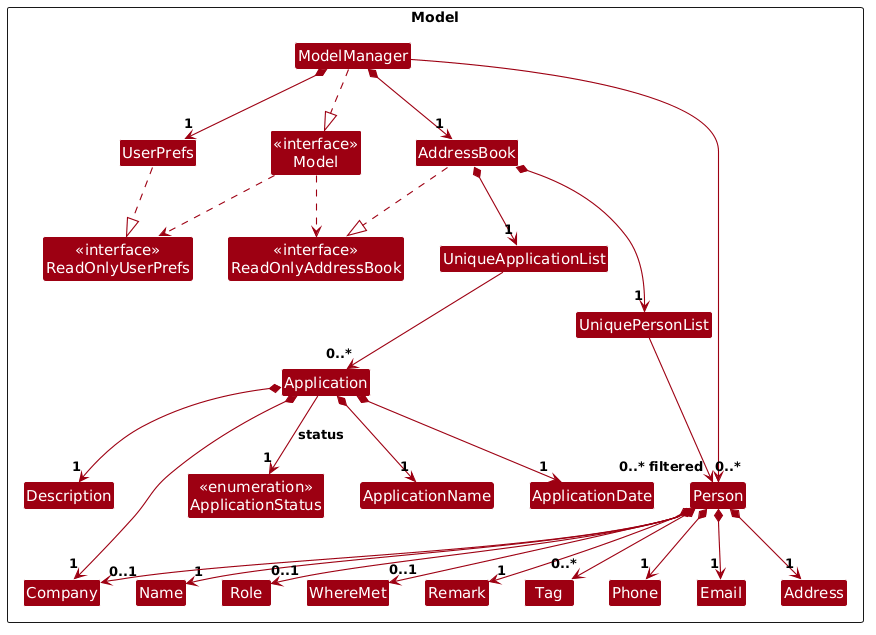
Earlier version of the PlantUML export docs/images/ModelClassDiagram.png (AY2627S1-CS2103T-T12-3/tp).
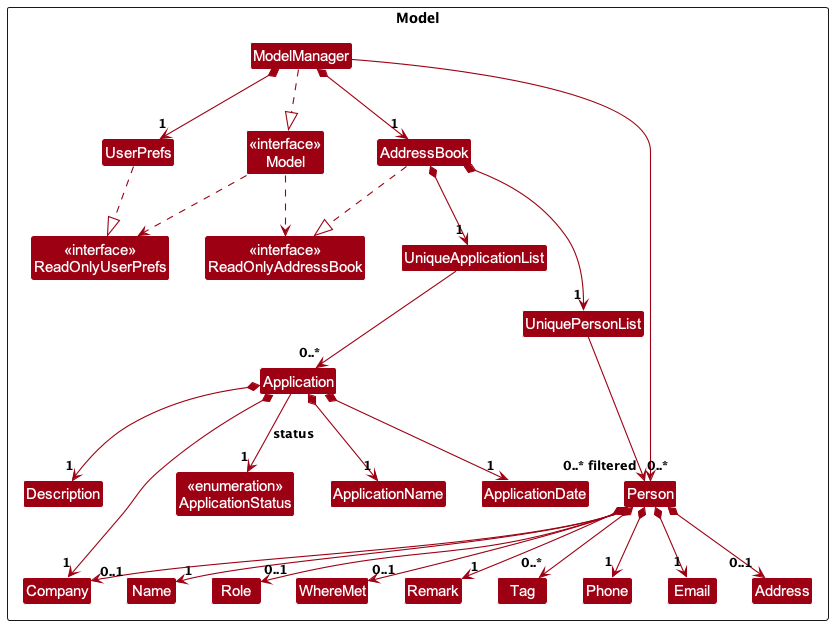
The same file after the commit.

Commit message:
Correct address multiplicity and clarify optional address behavior

What changed in the source:
```diff
@@ -1,76 +1,5 @@
 @startuml
-
-
-
-!define UI_COLOR #1D8900
-!define UI_COLOR_T1 #83E769
-!define UI_COLOR_T2 #3FC71B
-!define UI_COLOR_T3 #166800
-!define UI_COLOR_T4 #0E4100
-
-!define LOGIC_COLOR #3333C4
-!define LOGIC_COLOR_T1 #C8C8FA
-!define LOGIC_COLOR_T2 #6A6ADC
-!define LOGIC_COLOR_T3 #1616B0
-!define LOGIC_COLOR_T4 #101086
-
-!define MODEL_COLOR #9D0012
-!define MODEL_COLOR_T1 #F97181
-!define MODEL_COLOR_T2 #E41F36
-!define MODEL_COLOR_T3 #7B000E
-!define MODEL_COLOR_T4 #51000A
-
-!define STORAGE_COLOR #A38300
-!define STORAGE_COLOR_T1 #FFE374
-!define STORAGE_COLOR_T2 #EDC520
-!define STORAGE_COLOR_T3 #806600
-!define STORAGE_COLOR_T2 #544400
-
-!define USER_COLOR #000000
-
-skinparam Package {
-    BackgroundColor #FFFFFF
-    BorderThickness 1
-    FontSize 16
-}
-
-skinparam Class {
-    FontColor #FFFFFF
-    FontSize 15
-    BorderThickness 1
-    BorderColor #FFFFFF
-    StereotypeFontColor #FFFFFF
-    FontName Arial
-}
-
-skinparam Actor {
-    BorderColor USER_COLOR
-    Color USER_COLOR
-    FontName Arial
-}
-
-skinparam Sequence {
-    MessageAlign center
-    BoxFontSize 15
-    BoxPadding 0
-    BoxFontColor #FFFFFF
-    FontName Arial
-}
-
-skinparam Participant {
-    FontColor #FFFFFFF
-    Padding 20
-}
-
-skinparam ArrowFontStyle bold
-skinparam MinClassWidth 50
-skinparam Shadowing false
-skinparam DefaultTextAlignment center
-skinparam packageStyle Rectangle
-
-hide footbox
-hide members
-hide circle
+!include style.puml
 skinparam arrowThickness 1.1
 skinparam arrowColor MODEL_COLOR
 skinparam classBackgroundColor MODEL_COLOR
@@ -122,7 +51,7 @@
 Person *--> "1" Name
 Person *--> "1" Phone
 Person *--> "1" Email
-Person *--> "1" Address
+Person *--> "0..1" Address
 Person *--> "0..1" Company
 Person *--> "0..1" Role
 Person *--> "0..1" WhereMet
```
